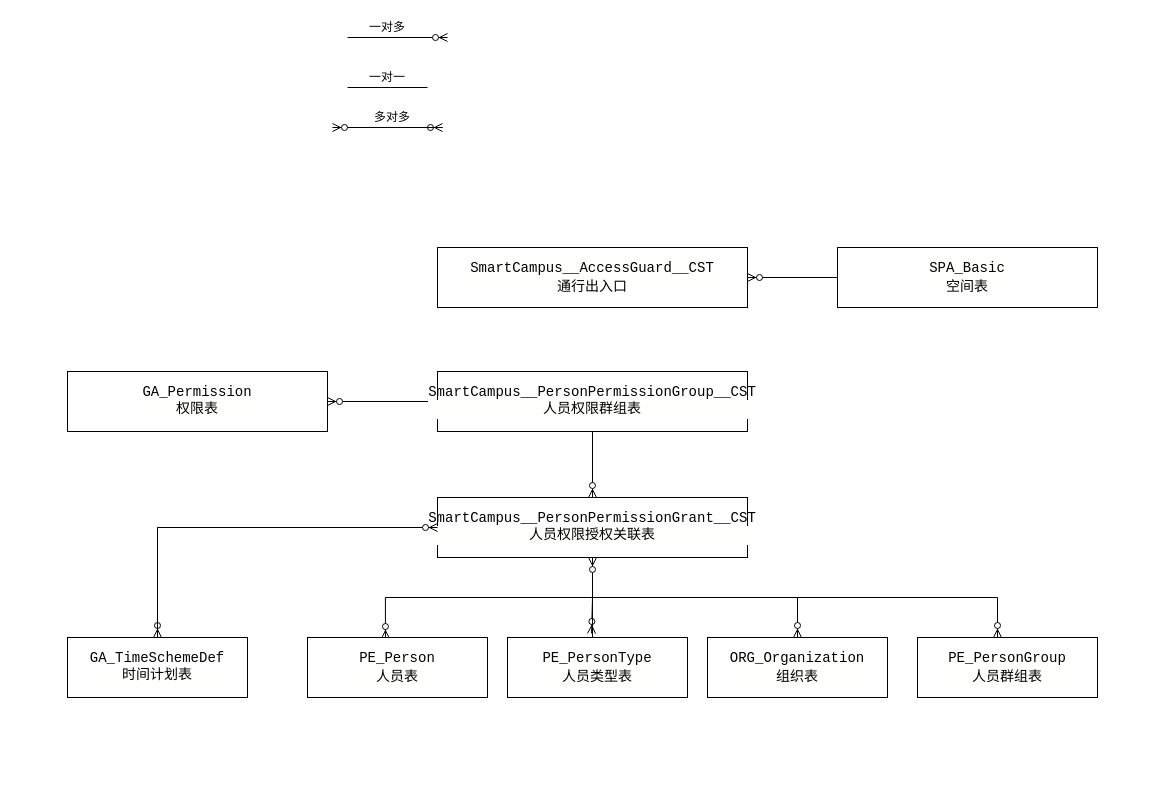
Above: 未命名绘图.drawio in qiuyu828/gxsjj (draw.io), before the change. Source tidied: cells renumbered, new cells numbered last; positions are measured from the earlier drawing's top-left corner, leaving out a move shared by most shapes. Both pictures are drawn from the tidied source at 100%, with x=0, y=0 at pixel (67, 17).
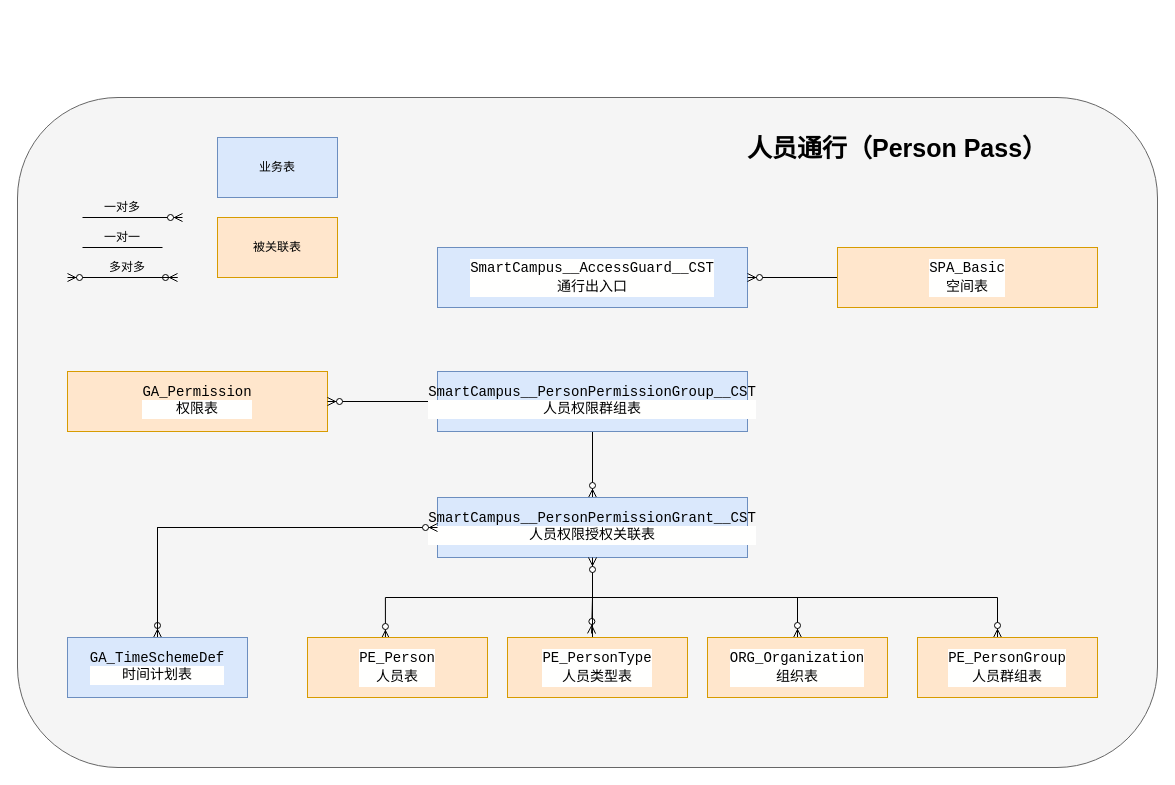
The same page after the edit.

Commit message (it also covers changes not shown here):
更新未命名绘图.drawio

Diff of the diagram source:
```diff
@@
-    <mxCell id="2" style="endArrow=ERzeroToMany;html=1;endFill=1;" parent="1" edge="1">
-      <mxGeometry relative="1" as="geometry">
-        <mxPoint x="280" y="20" as="sourcePoint" />
-        <mxPoint x="380" y="20" as="targetPoint" />
-      </mxGeometry>
-    </mxCell>
+    <mxCell id="29" style="rounded=1;whiteSpace=wrap;html=1;fillColor=#f5f5f5;strokeColor=#666666;fontColor=#333333;glass=0;shadow=0;" parent="1" vertex="1">
+      <mxGeometry x="-50" y="80" width="1140" height="670" as="geometry" />
+    </mxCell>
+    <mxCell id="30" style="endArrow=ERzeroToMany;html=1;endFill=1;" parent="1" edge="1">
+      <mxGeometry relative="1" as="geometry">
+        <mxPoint x="15" y="200" as="sourcePoint" />
+        <mxPoint x="115" y="200" as="targetPoint" />
+      </mxGeometry>
+    </mxCell>
     <mxCell id="3" value="一对多" style="text;html=1;strokeColor=none;fillColor=none;align=center;verticalAlign=middle;whiteSpace=wrap;rounded=0;" parent="1" vertex="1">
-      <mxGeometry x="300" width="40" height="20" as="geometry" />
+      <mxGeometry x="35" y="180" width="40" height="20" as="geometry" />
     </mxCell>
-    <mxCell id="4" style="endArrow=none;html=1;" parent="1" edge="1">
-      <mxGeometry relative="1" as="geometry">
-        <mxPoint x="280" y="70" as="sourcePoint" />
-        <mxPoint x="360" y="70" as="targetPoint" />
-      </mxGeometry>
-    </mxCell>
+    <mxCell id="31" style="endArrow=none;html=1;" parent="1" edge="1">
+      <mxGeometry relative="1" as="geometry">
+        <mxPoint x="15" y="230" as="sourcePoint" />
+        <mxPoint x="95" y="230" as="targetPoint" />
+      </mxGeometry>
+    </mxCell>
     <mxCell id="5" value="一对一" style="text;html=1;strokeColor=none;fillColor=none;align=center;verticalAlign=middle;whiteSpace=wrap;rounded=0;" parent="1" vertex="1">
-      <mxGeometry x="300" y="50" width="40" height="20" as="geometry" />
+      <mxGeometry x="35" y="210" width="40" height="20" as="geometry" />
     </mxCell>
-    <mxCell id="6" style="endArrow=ERzeroToMany;html=1;endFill=1;" parent="1" edge="1">
-      <mxGeometry relative="1" as="geometry">
-        <mxPoint x="275" y="110" as="sourcePoint" />
-        <mxPoint x="375" y="110" as="targetPoint" />
-      </mxGeometry>
-    </mxCell>
-    <mxCell id="7" style="endArrow=ERzeroToMany;html=1;endFill=1;" parent="1" edge="1">
-      <mxGeometry relative="1" as="geometry">
-        <mxPoint x="375" y="110" as="sourcePoint" />
-        <mxPoint x="265" y="110" as="targetPoint" />
-      </mxGeometry>
-    </mxCell>
+    <mxCell id="32" style="endArrow=ERzeroToMany;html=1;endFill=1;" parent="1" edge="1">
+      <mxGeometry relative="1" as="geometry">
+        <mxPoint x="10" y="260" as="sourcePoint" />
+        <mxPoint x="110" y="260" as="targetPoint" />
+      </mxGeometry>
+    </mxCell>
+    <mxCell id="33" style="endArrow=ERzeroToMany;html=1;endFill=1;" parent="1" edge="1">
+      <mxGeometry relative="1" as="geometry">
+        <mxPoint x="110" y="260" as="sourcePoint" />
+        <mxPoint y="260" as="targetPoint" />
+      </mxGeometry>
+    </mxCell>
     <mxCell id="8" value="多对多" style="text;html=1;strokeColor=none;fillColor=none;align=center;verticalAlign=middle;whiteSpace=wrap;rounded=0;" parent="1" vertex="1">
-      <mxGeometry x="305" y="90" width="40" height="20" as="geometry" />
+      <mxGeometry x="40" y="240" width="40" height="20" as="geometry" />
     </mxCell>
-    <mxCell id="9" value="&lt;div style=&quot;background-color: rgb(255 , 255 , 254) ; font-family: &amp;#34;consolas&amp;#34; , &amp;#34;courier new&amp;#34; , monospace ; font-size: 14px ; line-height: 19px&quot;&gt;SmartCampus__AccessGuard__CST&lt;/div&gt;&lt;div style=&quot;background-color: rgb(255 , 255 , 254) ; font-family: &amp;#34;consolas&amp;#34; , &amp;#34;courier new&amp;#34; , monospace ; font-size: 14px ; line-height: 19px&quot;&gt;通行出入口&lt;/div&gt;" style="rounded=0;whiteSpace=wrap;html=1;" parent="1" vertex="1">
+    <mxCell id="9" value="&lt;div style=&quot;background-color: rgb(255 , 255 , 254) ; font-family: &amp;#34;consolas&amp;#34; , &amp;#34;courier new&amp;#34; , monospace ; font-size: 14px ; line-height: 19px&quot;&gt;SmartCampus__AccessGuard__CST&lt;/div&gt;&lt;div style=&quot;background-color: rgb(255 , 255 , 254) ; font-family: &amp;#34;consolas&amp;#34; , &amp;#34;courier new&amp;#34; , monospace ; font-size: 14px ; line-height: 19px&quot;&gt;通行出入口&lt;/div&gt;" style="rounded=0;whiteSpace=wrap;html=1;fillColor=#dae8fc;strokeColor=#6c8ebf;" parent="1" vertex="1">
       <mxGeometry x="370" y="230" width="310" height="60" as="geometry" />
     </mxCell>
@@
-    <mxCell id="11" value="&lt;div style=&quot;background-color: rgb(255 , 255 , 254) ; font-family: &amp;#34;consolas&amp;#34; , &amp;#34;courier new&amp;#34; , monospace ; font-size: 14px ; line-height: 19px&quot;&gt;&lt;div style=&quot;font-family: &amp;#34;consolas&amp;#34; , &amp;#34;courier new&amp;#34; , monospace ; line-height: 19px&quot;&gt;SPA_Basic&lt;/div&gt;&lt;/div&gt;&lt;div style=&quot;background-color: rgb(255 , 255 , 254) ; font-family: &amp;#34;consolas&amp;#34; , &amp;#34;courier new&amp;#34; , monospace ; font-size: 14px ; line-height: 19px&quot;&gt;空间表&lt;/div&gt;" style="rounded=0;whiteSpace=wrap;html=1;" parent="1" vertex="1">
+    <mxCell id="11" value="&lt;div style=&quot;background-color: rgb(255 , 255 , 254) ; font-family: &amp;#34;consolas&amp;#34; , &amp;#34;courier new&amp;#34; , monospace ; font-size: 14px ; line-height: 19px&quot;&gt;&lt;div style=&quot;font-family: &amp;#34;consolas&amp;#34; , &amp;#34;courier new&amp;#34; , monospace ; line-height: 19px&quot;&gt;SPA_Basic&lt;/div&gt;&lt;/div&gt;&lt;div style=&quot;background-color: rgb(255 , 255 , 254) ; font-family: &amp;#34;consolas&amp;#34; , &amp;#34;courier new&amp;#34; , monospace ; font-size: 14px ; line-height: 19px&quot;&gt;空间表&lt;/div&gt;" style="rounded=0;whiteSpace=wrap;html=1;fillColor=#ffe6cc;strokeColor=#d79b00;" parent="1" vertex="1">
       <mxGeometry x="770" y="230" width="260" height="60" as="geometry" />
     </mxCell>
-    <mxCell id="12" value="&lt;font face=&quot;consolas, courier new, monospace&quot;&gt;&lt;span style=&quot;font-size: 14px&quot;&gt;GA_Permission&lt;/span&gt;&lt;/font&gt;&lt;div style=&quot;background-color: rgb(255 , 255 , 254) ; font-family: &amp;#34;consolas&amp;#34; , &amp;#34;courier new&amp;#34; , monospace ; font-size: 14px ; line-height: 19px&quot;&gt;权限表&lt;br&gt;&lt;/div&gt;" style="rounded=0;whiteSpace=wrap;html=1;" parent="1" vertex="1">
+    <mxCell id="12" value="&lt;font face=&quot;consolas, courier new, monospace&quot;&gt;&lt;span style=&quot;font-size: 14px&quot;&gt;GA_Permission&lt;/span&gt;&lt;/font&gt;&lt;div style=&quot;background-color: rgb(255 , 255 , 254) ; font-family: &amp;#34;consolas&amp;#34; , &amp;#34;courier new&amp;#34; , monospace ; font-size: 14px ; line-height: 19px&quot;&gt;权限表&lt;br&gt;&lt;/div&gt;" style="rounded=0;whiteSpace=wrap;html=1;fillColor=#ffe6cc;strokeColor=#d79b00;" parent="1" vertex="1">
       <mxGeometry y="354" width="260" height="60" as="geometry" />
     </mxCell>
@@
-    <mxCell id="15" value="&lt;font face=&quot;consolas, courier new, monospace&quot;&gt;&lt;span style=&quot;font-size: 14px&quot;&gt;SmartCampus__PersonPermissionGroup__CST&lt;/span&gt;&lt;/font&gt;&lt;br&gt;&lt;div style=&quot;background-color: rgb(255 , 255 , 254) ; font-family: &amp;#34;consolas&amp;#34; , &amp;#34;courier new&amp;#34; , monospace ; font-size: 14px ; line-height: 19px&quot;&gt;人员权限群组表&lt;/div&gt;" style="rounded=0;whiteSpace=wrap;html=1;" parent="1" vertex="1">
+    <mxCell id="15" value="&lt;font face=&quot;consolas, courier new, monospace&quot;&gt;&lt;span style=&quot;font-size: 14px&quot;&gt;SmartCampus__PersonPermissionGroup__CST&lt;/span&gt;&lt;/font&gt;&lt;br&gt;&lt;div style=&quot;background-color: rgb(255 , 255 , 254) ; font-family: &amp;#34;consolas&amp;#34; , &amp;#34;courier new&amp;#34; , monospace ; font-size: 14px ; line-height: 19px&quot;&gt;人员权限群组表&lt;/div&gt;" style="rounded=0;whiteSpace=wrap;html=1;fillColor=#dae8fc;strokeColor=#6c8ebf;" parent="1" vertex="1">
       <mxGeometry x="370" y="354" width="310" height="60" as="geometry" />
     </mxCell>
@@
-    <mxCell id="18" style="edgeStyle=orthogonalEdgeStyle;rounded=0;jettySize=auto;html=1;endArrow=ERzeroToMany;endFill=1;" parent="1" edge="1" source="21">
-      <mxGeometry relative="1" as="geometry">
-        <mxPoint x="730" y="620" as="targetPoint" />
-        <Array as="points">
-          <mxPoint x="525" y="580" />
-          <mxPoint x="730" y="580" />
-        </Array>
-      </mxGeometry>
-    </mxCell>
+    <mxCell id="34" style="edgeStyle=orthogonalEdgeStyle;rounded=0;jettySize=auto;html=1;endArrow=ERzeroToMany;endFill=1;" parent="1" edge="1" source="21">
+      <mxGeometry relative="1" as="geometry">
+        <mxPoint x="730" y="620" as="targetPoint" />
+        <Array as="points">
+          <mxPoint x="525" y="580" />
+          <mxPoint x="730" y="580" />
+        </Array>
+      </mxGeometry>
+    </mxCell>
@@
-    <mxCell id="21" value="&lt;font face=&quot;consolas, courier new, monospace&quot;&gt;&lt;span style=&quot;font-size: 14px&quot;&gt;SmartCampus__PersonPermissionGrant__CST&lt;/span&gt;&lt;/font&gt;&lt;div style=&quot;background-color: rgb(255 , 255 , 254) ; font-family: &amp;#34;consolas&amp;#34; , &amp;#34;courier new&amp;#34; , monospace ; font-size: 14px ; line-height: 19px&quot;&gt;人员权限授权关联表&lt;/div&gt;" style="rounded=0;whiteSpace=wrap;html=1;" parent="1" vertex="1">
+    <mxCell id="21" value="&lt;font face=&quot;consolas, courier new, monospace&quot;&gt;&lt;span style=&quot;font-size: 14px&quot;&gt;SmartCampus__PersonPermissionGrant__CST&lt;/span&gt;&lt;/font&gt;&lt;div style=&quot;background-color: rgb(255 , 255 , 254) ; font-family: &amp;#34;consolas&amp;#34; , &amp;#34;courier new&amp;#34; , monospace ; font-size: 14px ; line-height: 19px&quot;&gt;人员权限授权关联表&lt;/div&gt;" style="rounded=0;whiteSpace=wrap;html=1;fillColor=#dae8fc;strokeColor=#6c8ebf;" parent="1" vertex="1">
       <mxGeometry x="370" y="480" width="310" height="60" as="geometry" />
     </mxCell>
@@
-    <mxCell id="23" value="&lt;font face=&quot;consolas, courier new, monospace&quot;&gt;&lt;span style=&quot;font-size: 14px&quot;&gt;GA_TimeSchemeDef&lt;/span&gt;&lt;/font&gt;&lt;div style=&quot;background-color: rgb(255 , 255 , 254) ; font-family: &amp;#34;consolas&amp;#34; , &amp;#34;courier new&amp;#34; , monospace ; font-size: 14px ; line-height: 19px&quot;&gt;时间计划表&lt;/div&gt;" style="rounded=0;whiteSpace=wrap;html=1;" parent="1" vertex="1">
+    <mxCell id="23" value="&lt;font face=&quot;consolas, courier new, monospace&quot;&gt;&lt;span style=&quot;font-size: 14px&quot;&gt;GA_TimeSchemeDef&lt;/span&gt;&lt;/font&gt;&lt;div style=&quot;background-color: rgb(255 , 255 , 254) ; font-family: &amp;#34;consolas&amp;#34; , &amp;#34;courier new&amp;#34; , monospace ; font-size: 14px ; line-height: 19px&quot;&gt;时间计划表&lt;/div&gt;" style="rounded=0;whiteSpace=wrap;html=1;fillColor=#dae8fc;strokeColor=#6c8ebf;" parent="1" vertex="1">
       <mxGeometry y="620" width="180" height="60" as="geometry" />
     </mxCell>
-    <mxCell id="24" value="&lt;div style=&quot;background-color: rgb(255 , 255 , 254) ; font-family: &amp;#34;consolas&amp;#34; , &amp;#34;courier new&amp;#34; , monospace ; font-size: 14px ; line-height: 19px&quot;&gt;PE_Person&lt;/div&gt;&lt;div style=&quot;background-color: rgb(255 , 255 , 254) ; font-family: &amp;#34;consolas&amp;#34; , &amp;#34;courier new&amp;#34; , monospace ; font-size: 14px ; line-height: 19px&quot;&gt;人员表&lt;/div&gt;" style="rounded=0;whiteSpace=wrap;html=1;" parent="1" vertex="1">
+    <mxCell id="24" value="&lt;div style=&quot;background-color: rgb(255 , 255 , 254) ; font-family: &amp;#34;consolas&amp;#34; , &amp;#34;courier new&amp;#34; , monospace ; font-size: 14px ; line-height: 19px&quot;&gt;PE_Person&lt;/div&gt;&lt;div style=&quot;background-color: rgb(255 , 255 , 254) ; font-family: &amp;#34;consolas&amp;#34; , &amp;#34;courier new&amp;#34; , monospace ; font-size: 14px ; line-height: 19px&quot;&gt;人员表&lt;/div&gt;" style="rounded=0;whiteSpace=wrap;html=1;fillColor=#ffe6cc;strokeColor=#d79b00;" parent="1" vertex="1">
       <mxGeometry x="240" y="620" width="180" height="60" as="geometry" />
     </mxCell>
-    <mxCell id="25" value="&lt;div style=&quot;background-color: rgb(255 , 255 , 254) ; font-family: &amp;#34;consolas&amp;#34; , &amp;#34;courier new&amp;#34; , monospace ; font-size: 14px ; line-height: 19px&quot;&gt;&lt;div style=&quot;font-family: &amp;#34;consolas&amp;#34; , &amp;#34;courier new&amp;#34; , monospace ; line-height: 19px&quot;&gt;PE_PersonGroup&lt;/div&gt;&lt;/div&gt;&lt;div style=&quot;background-color: rgb(255 , 255 , 254) ; font-family: &amp;#34;consolas&amp;#34; , &amp;#34;courier new&amp;#34; , monospace ; font-size: 14px ; line-height: 19px&quot;&gt;人员群组表&lt;/div&gt;" style="rounded=0;whiteSpace=wrap;html=1;" parent="1" vertex="1">
+    <mxCell id="25" value="&lt;div style=&quot;background-color: rgb(255 , 255 , 254) ; font-family: &amp;#34;consolas&amp;#34; , &amp;#34;courier new&amp;#34; , monospace ; font-size: 14px ; line-height: 19px&quot;&gt;&lt;div style=&quot;font-family: &amp;#34;consolas&amp;#34; , &amp;#34;courier new&amp;#34; , monospace ; line-height: 19px&quot;&gt;PE_PersonGroup&lt;/div&gt;&lt;/div&gt;&lt;div style=&quot;background-color: rgb(255 , 255 , 254) ; font-family: &amp;#34;consolas&amp;#34; , &amp;#34;courier new&amp;#34; , monospace ; font-size: 14px ; line-height: 19px&quot;&gt;人员群组表&lt;/div&gt;" style="rounded=0;whiteSpace=wrap;html=1;fillColor=#ffe6cc;strokeColor=#d79b00;" parent="1" vertex="1">
       <mxGeometry x="850" y="620" width="180" height="60" as="geometry" />
     </mxCell>
@@
-    <mxCell id="27" value="&lt;div style=&quot;background-color: rgb(255 , 255 , 254) ; font-family: &amp;#34;consolas&amp;#34; , &amp;#34;courier new&amp;#34; , monospace ; font-size: 14px ; line-height: 19px&quot;&gt;PE_PersonType&lt;/div&gt;&lt;div style=&quot;background-color: rgb(255 , 255 , 254) ; font-family: &amp;#34;consolas&amp;#34; , &amp;#34;courier new&amp;#34; , monospace ; font-size: 14px ; line-height: 19px&quot;&gt;人员类型表&lt;/div&gt;" style="rounded=0;whiteSpace=wrap;html=1;" parent="1" vertex="1">
+    <mxCell id="27" value="&lt;div style=&quot;background-color: rgb(255 , 255 , 254) ; font-family: &amp;#34;consolas&amp;#34; , &amp;#34;courier new&amp;#34; , monospace ; font-size: 14px ; line-height: 19px&quot;&gt;PE_PersonType&lt;/div&gt;&lt;div style=&quot;background-color: rgb(255 , 255 , 254) ; font-family: &amp;#34;consolas&amp;#34; , &amp;#34;courier new&amp;#34; , monospace ; font-size: 14px ; line-height: 19px&quot;&gt;人员类型表&lt;/div&gt;" style="rounded=0;whiteSpace=wrap;html=1;fillColor=#ffe6cc;strokeColor=#d79b00;" parent="1" vertex="1">
       <mxGeometry x="440" y="620" width="180" height="60" as="geometry" />
     </mxCell>
-    <mxCell id="28" value="&lt;div style=&quot;background-color: rgb(255 , 255 , 254) ; font-family: &amp;#34;consolas&amp;#34; , &amp;#34;courier new&amp;#34; , monospace ; font-size: 14px ; line-height: 19px&quot;&gt;&lt;div style=&quot;font-family: &amp;#34;consolas&amp;#34; , &amp;#34;courier new&amp;#34; , monospace ; line-height: 19px&quot;&gt;ORG_Organization&lt;/div&gt;&lt;/div&gt;&lt;div style=&quot;background-color: rgb(255 , 255 , 254) ; font-family: &amp;#34;consolas&amp;#34; , &amp;#34;courier new&amp;#34; , monospace ; font-size: 14px ; line-height: 19px&quot;&gt;组织表&lt;/div&gt;" style="rounded=0;whiteSpace=wrap;html=1;" parent="1" vertex="1">
+    <mxCell id="28" value="&lt;div style=&quot;background-color: rgb(255 , 255 , 254) ; font-family: &amp;#34;consolas&amp;#34; , &amp;#34;courier new&amp;#34; , monospace ; font-size: 14px ; line-height: 19px&quot;&gt;&lt;div style=&quot;font-family: &amp;#34;consolas&amp;#34; , &amp;#34;courier new&amp;#34; , monospace ; line-height: 19px&quot;&gt;ORG_Organization&lt;/div&gt;&lt;/div&gt;&lt;div style=&quot;background-color: rgb(255 , 255 , 254) ; font-family: &amp;#34;consolas&amp;#34; , &amp;#34;courier new&amp;#34; , monospace ; font-size: 14px ; line-height: 19px&quot;&gt;组织表&lt;/div&gt;" style="rounded=0;whiteSpace=wrap;html=1;fillColor=#ffe6cc;strokeColor=#d79b00;" parent="1" vertex="1">
       <mxGeometry x="640" y="620" width="180" height="60" as="geometry" />
     </mxCell>
+    <mxCell id="35" value="业务表" style="rounded=0;whiteSpace=wrap;html=1;fillColor=#dae8fc;strokeColor=#6c8ebf;" parent="1" vertex="1">
+      <mxGeometry x="150" y="120" width="120" height="60" as="geometry" />
+    </mxCell>
+    <mxCell id="36" value="被关联表" style="rounded=0;whiteSpace=wrap;html=1;fillColor=#ffe6cc;strokeColor=#d79b00;" parent="1" vertex="1">
+      <mxGeometry x="150" y="200" width="120" height="60" as="geometry" />
+    </mxCell>
+    <mxCell id="37" value="人员通行（Person Pass）" style="text;html=1;strokeColor=none;fillColor=none;align=center;verticalAlign=middle;whiteSpace=wrap;rounded=0;shadow=0;glass=0;strokeWidth=6;fontSize=25;fontStyle=1;" parent="1" vertex="1">
+      <mxGeometry x="640" y="90" width="380" height="80" as="geometry" />
+    </mxCell>
```
